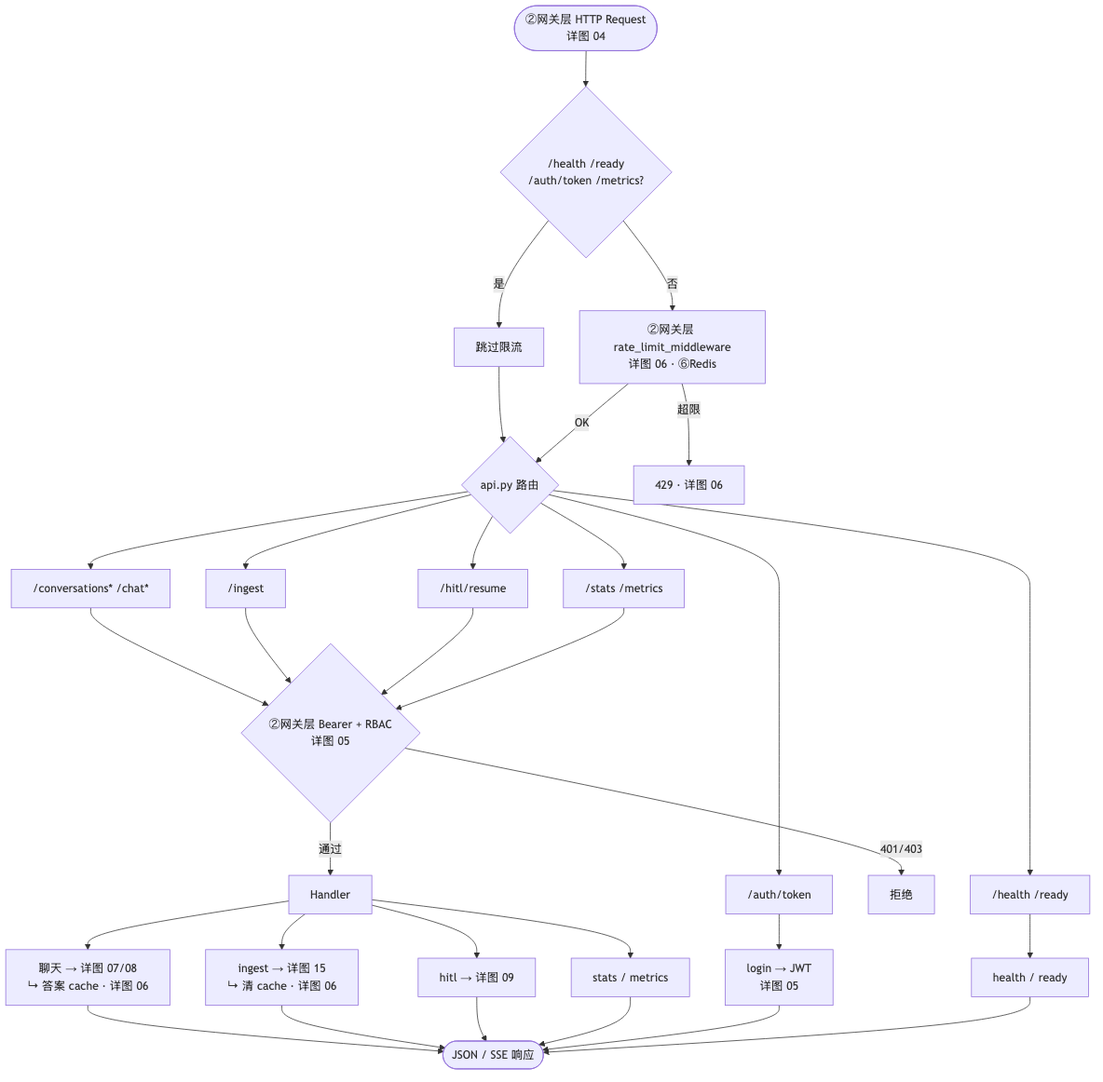
This is project_00_rag_agent/docs/diagrams/04_http_gateway.png from charlie-chann/ai-agent-langgraph-main, a Mermaid export, as it was before one commit. Its source is kept beside it as project_00_rag_agent/docs/diagrams/source/04_http_gateway.mmd.
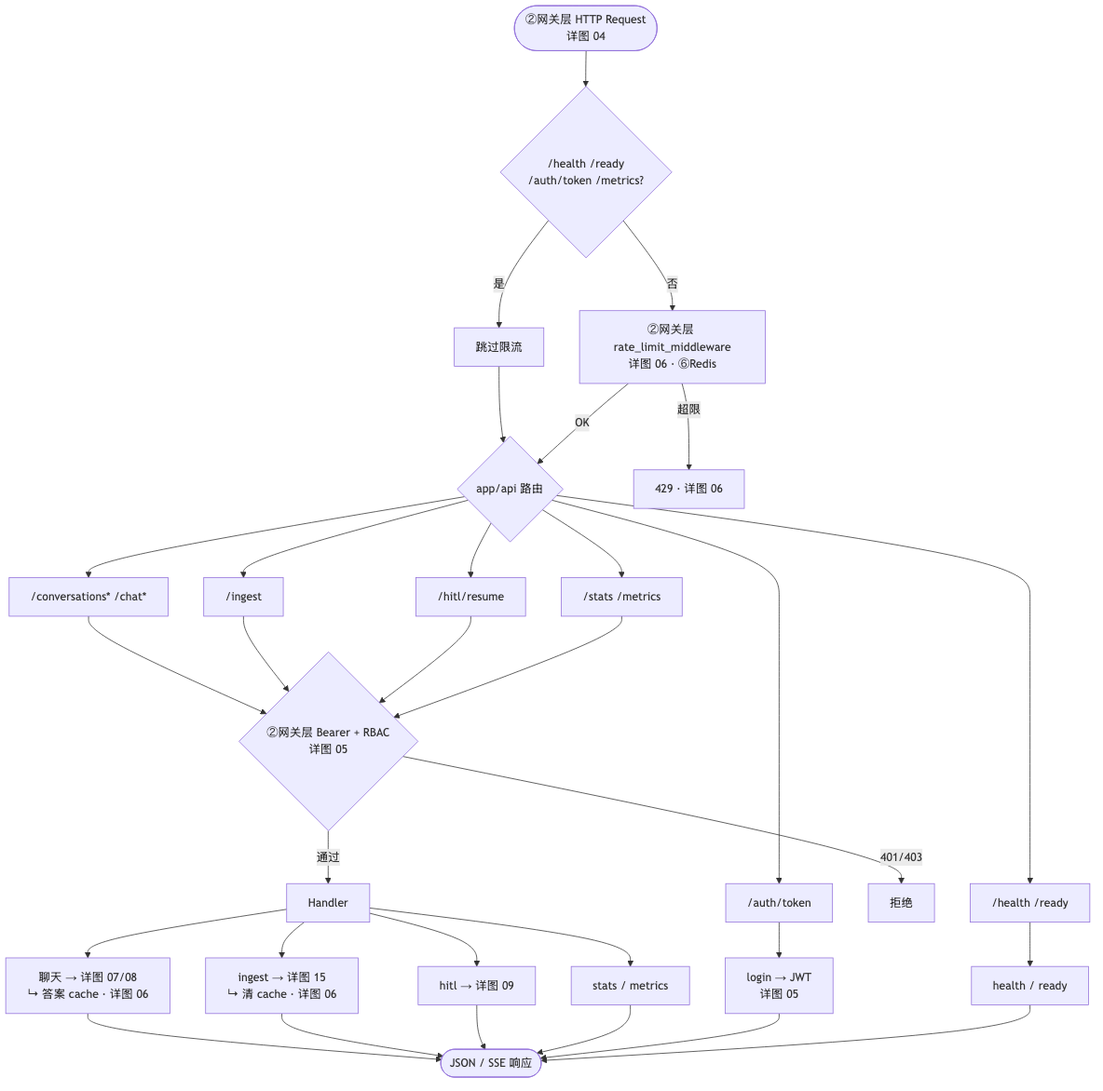
The same file after the commit.

Diff of the diagram source:
```diff
@@ -5,7 +5,7 @@
 
     PASS --> ROUTE
     RL -->|超限| E429[429 · 详图 06]
-    RL -->|OK| ROUTE{api.py 路由}
+    RL -->|OK| ROUTE{app/api 路由}
 
     ROUTE --> AUTH["/auth/token"]
     ROUTE --> CHAT["/conversations* /chat*"]
```
